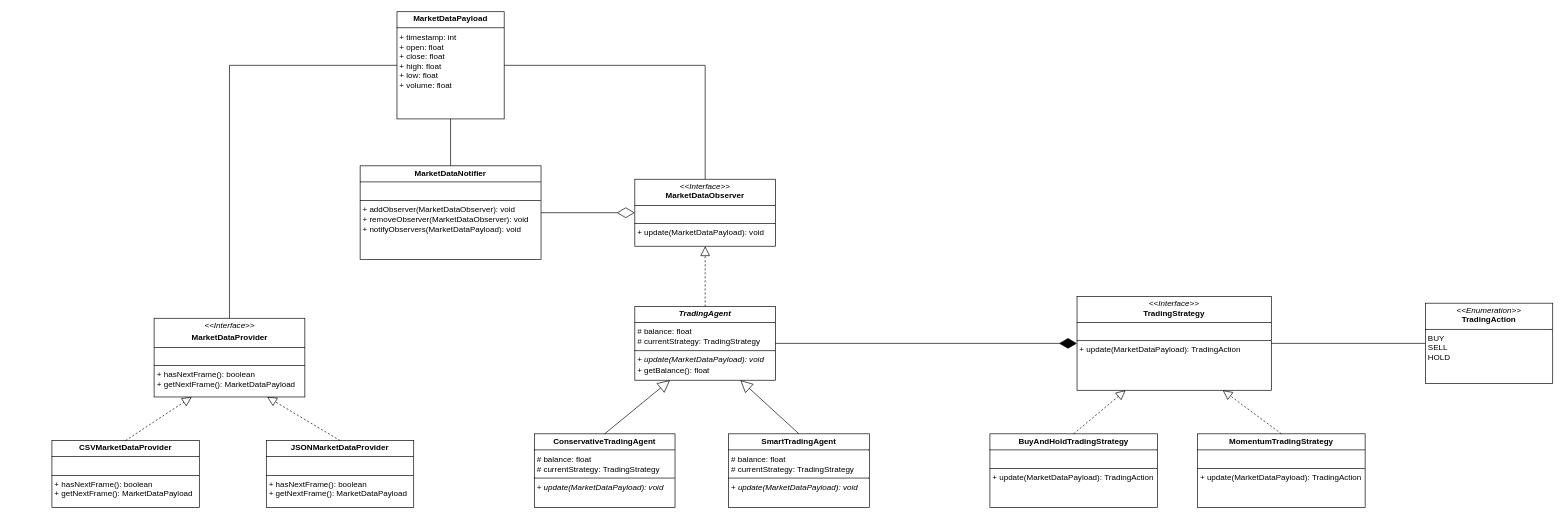
The draw.io diagram assets/uml.drawio in Filipeak/mini-hedge-fund, before the edit. Source tidied: cells renumbered, new cells numbered last; positions are measured from the earlier drawing's top-left corner, leaving out a move shared by most shapes. Both pictures are drawn from the tidied source at 67%, with x=0, y=0 at pixel (52, 11).
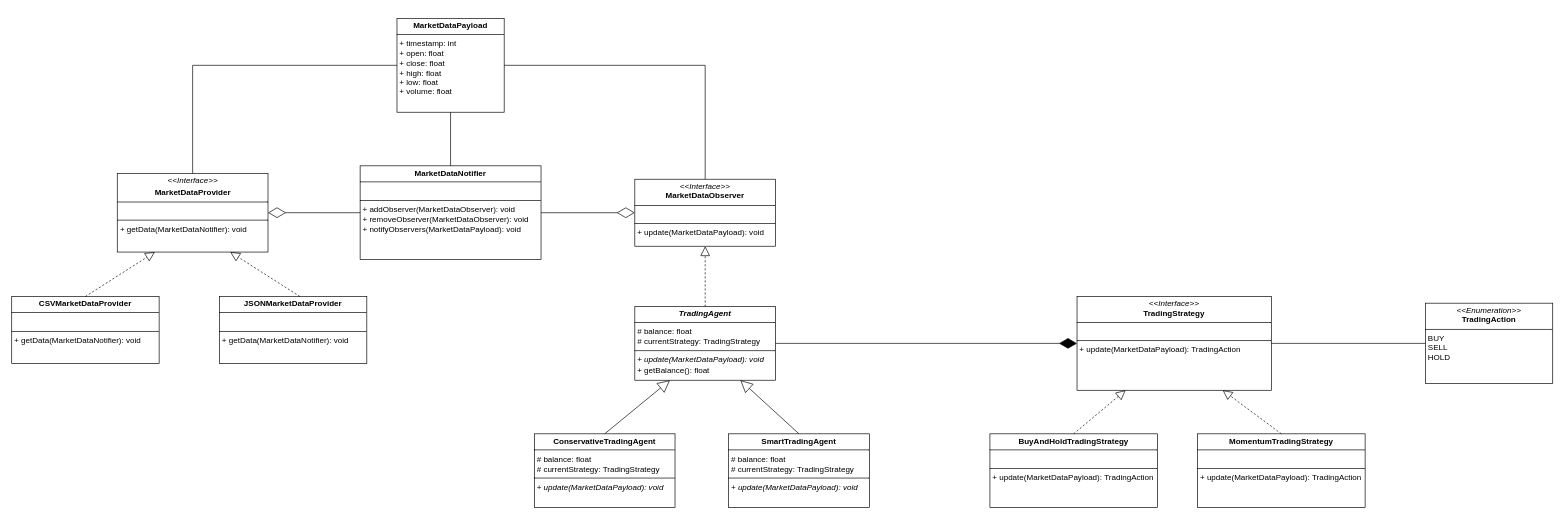
The same diagram, later.

The change refers to these unchanged cells:
```xml
<mxCell id="2" value="&lt;p style=&quot;margin:0px;margin-top:4px;text-align:center;&quot;&gt;&lt;b&gt;MarketDataNotifier&lt;/b&gt;&lt;/p&gt;&lt;hr size=&quot;1&quot; style=&quot;border-style:solid;&quot;&gt;&lt;p style=&quot;margin:0px;margin-left:4px;&quot;&gt;&lt;br&gt;&lt;/p&gt;&lt;hr size=&quot;1&quot; style=&quot;border-style:solid;&quot;&gt;&lt;p style=&quot;margin:0px;margin-left:4px;&quot;&gt;&lt;span style=&quot;background-color: transparent; color: light-dark(rgb(0, 0, 0), rgb(255, 255, 255));&quot;&gt;+ addObserver(MarketDataObserver): void&lt;/span&gt;&lt;/p&gt;&lt;p style=&quot;margin:0px;margin-left:4px;&quot;&gt;+ removeObserver(MarketDataObserver): void&lt;/p&gt;&lt;p style=&quot;margin:0px;margin-left:4px;&quot;&gt;+ notifyObservers(MarketDataPayload): void&lt;/p&gt;" style="verticalAlign=top;align=left;overflow=fill;html=1;whiteSpace=wrap;" parent="1" vertex="1">
  <mxGeometry x="460" y="230" width="270" height="140" as="geometry" />
</mxCell>
```

What changed in the source:
```diff
@@
-    <mxCell id="3" value="&lt;p style=&quot;margin:0px;margin-top:4px;text-align:center;&quot;&gt;&lt;b&gt;CSVMarketDataProvider&lt;/b&gt;&lt;/p&gt;&lt;hr size=&quot;1&quot; style=&quot;border-style:solid;&quot;&gt;&lt;p style=&quot;margin:0px;margin-left:4px;&quot;&gt;&lt;br&gt;&lt;/p&gt;&lt;hr size=&quot;1&quot; style=&quot;border-style:solid;&quot;&gt;&lt;p style=&quot;margin: 0px 0px 0px 4px;&quot;&gt;+ hasNextFrame(): boolean&lt;/p&gt;&lt;p style=&quot;margin: 0px 0px 0px 4px;&quot;&gt;+ getNextFrame(): MarketDataPayload&lt;/p&gt;" style="verticalAlign=top;align=left;overflow=fill;html=1;whiteSpace=wrap;" parent="1" vertex="1">
-      <mxGeometry y="640" width="220" height="100" as="geometry" />
+    <mxCell id="3" value="&lt;p style=&quot;margin:0px;margin-top:4px;text-align:center;&quot;&gt;&lt;b&gt;CSVMarketDataProvider&lt;/b&gt;&lt;/p&gt;&lt;hr size=&quot;1&quot; style=&quot;border-style:solid;&quot;&gt;&lt;p style=&quot;margin:0px;margin-left:4px;&quot;&gt;&lt;br&gt;&lt;/p&gt;&lt;hr size=&quot;1&quot; style=&quot;border-style:solid;&quot;&gt;&lt;p style=&quot;margin: 0px 0px 0px 4px;&quot;&gt;+ getData(MarketDataNotifier): void&lt;/p&gt;" style="verticalAlign=top;align=left;overflow=fill;html=1;whiteSpace=wrap;" parent="1" vertex="1">
+      <mxGeometry x="-60" y="425" width="220" height="100" as="geometry" />
     </mxCell>
@@
     <mxCell id="18" value="&lt;p style=&quot;margin:0px;margin-top:4px;text-align:center;&quot;&gt;&lt;b&gt;MarketDataPayload&lt;/b&gt;&lt;/p&gt;&lt;hr size=&quot;1&quot; style=&quot;border-style:solid;&quot;&gt;&lt;p style=&quot;margin:0px;margin-left:4px;&quot;&gt;&lt;span style=&quot;background-color: transparent; color: light-dark(rgb(0, 0, 0), rgb(255, 255, 255));&quot;&gt;+ timestamp: int&lt;/span&gt;&lt;/p&gt;&lt;p style=&quot;margin:0px;margin-left:4px;&quot;&gt;+ open: float&lt;/p&gt;&lt;p style=&quot;margin:0px;margin-left:4px;&quot;&gt;+ close: float&lt;/p&gt;&lt;p style=&quot;margin:0px;margin-left:4px;&quot;&gt;+ high: float&lt;/p&gt;&lt;p style=&quot;margin:0px;margin-left:4px;&quot;&gt;+ low: float&lt;/p&gt;&lt;p style=&quot;margin:0px;margin-left:4px;&quot;&gt;+ volume: float&lt;/p&gt;" style="verticalAlign=top;align=left;overflow=fill;html=1;whiteSpace=wrap;" parent="1" vertex="1">
-      <mxGeometry x="515" width="160" height="160" as="geometry" />
+      <mxGeometry x="515" y="10" width="160" height="140" as="geometry" />
     </mxCell>
@@
-    <mxCell id="22" value="&lt;p style=&quot;margin:0px;margin-top:4px;text-align:center;&quot;&gt;&lt;i&gt;&amp;lt;&amp;lt;Interface&amp;gt;&amp;gt;&lt;/i&gt;&lt;/p&gt;&lt;p style=&quot;margin:0px;margin-top:4px;text-align:center;&quot;&gt;&lt;b&gt;MarketDataProvider&lt;/b&gt;&lt;/p&gt;&lt;hr size=&quot;1&quot; style=&quot;border-style:solid;&quot;&gt;&lt;p style=&quot;margin:0px;margin-left:4px;&quot;&gt;&lt;br&gt;&lt;/p&gt;&lt;hr size=&quot;1&quot; style=&quot;border-style:solid;&quot;&gt;&lt;p style=&quot;margin:0px;margin-left:4px;&quot;&gt;+ hasNextFrame(): boolean&lt;/p&gt;&lt;p style=&quot;margin:0px;margin-left:4px;&quot;&gt;+ getNextFrame(): MarketDataPayload&lt;/p&gt;" style="verticalAlign=top;align=left;overflow=fill;html=1;whiteSpace=wrap;" parent="1" vertex="1">
-      <mxGeometry x="152.5" y="457.5" width="225" height="117.5" as="geometry" />
+    <mxCell id="22" value="&lt;p style=&quot;margin:0px;margin-top:4px;text-align:center;&quot;&gt;&lt;i&gt;&amp;lt;&amp;lt;Interface&amp;gt;&amp;gt;&lt;/i&gt;&lt;/p&gt;&lt;p style=&quot;margin:0px;margin-top:4px;text-align:center;&quot;&gt;&lt;b&gt;MarketDataProvider&lt;/b&gt;&lt;/p&gt;&lt;hr size=&quot;1&quot; style=&quot;border-style:solid;&quot;&gt;&lt;p style=&quot;margin:0px;margin-left:4px;&quot;&gt;&lt;br&gt;&lt;/p&gt;&lt;hr size=&quot;1&quot; style=&quot;border-style:solid;&quot;&gt;&lt;p style=&quot;margin:0px;margin-left:4px;&quot;&gt;+ getData(MarketDataNotifier): void&lt;/p&gt;" style="verticalAlign=top;align=left;overflow=fill;html=1;whiteSpace=wrap;" parent="1" vertex="1">
+      <mxGeometry x="97.5" y="241.2" width="225" height="117.5" as="geometry" />
     </mxCell>
@@
-    <mxCell id="24" value="&lt;p style=&quot;margin:0px;margin-top:4px;text-align:center;&quot;&gt;&lt;b&gt;JSONMarketDataProvider&lt;/b&gt;&lt;/p&gt;&lt;hr size=&quot;1&quot; style=&quot;border-style:solid;&quot;&gt;&lt;p style=&quot;margin:0px;margin-left:4px;&quot;&gt;&lt;br&gt;&lt;/p&gt;&lt;hr size=&quot;1&quot; style=&quot;border-style:solid;&quot;&gt;&lt;p style=&quot;margin: 0px 0px 0px 4px;&quot;&gt;+ hasNextFrame(): boolean&lt;/p&gt;&lt;p style=&quot;margin: 0px 0px 0px 4px;&quot;&gt;+ getNextFrame(): MarketDataPayload&lt;/p&gt;" style="verticalAlign=top;align=left;overflow=fill;html=1;whiteSpace=wrap;" parent="1" vertex="1">
-      <mxGeometry x="320" y="640" width="220" height="100" as="geometry" />
+    <mxCell id="24" value="&lt;p style=&quot;margin:0px;margin-top:4px;text-align:center;&quot;&gt;&lt;b&gt;JSONMarketDataProvider&lt;/b&gt;&lt;/p&gt;&lt;hr size=&quot;1&quot; style=&quot;border-style:solid;&quot;&gt;&lt;p style=&quot;margin:0px;margin-left:4px;&quot;&gt;&lt;br&gt;&lt;/p&gt;&lt;hr size=&quot;1&quot; style=&quot;border-style:solid;&quot;&gt;&lt;p style=&quot;margin: 0px 0px 0px 4px;&quot;&gt;+ getData(MarketDataNotifier): void&lt;/p&gt;" style="verticalAlign=top;align=left;overflow=fill;html=1;whiteSpace=wrap;" parent="1" vertex="1">
+      <mxGeometry x="250" y="425" width="220" height="100" as="geometry" />
     </mxCell>
-    <mxCell id="25" style="endArrow=block;dashed=1;endFill=0;endSize=12;html=1;rounded=0;entryX=0.75;entryY=1;entryDx=0;entryDy=0;exitX=0.5;exitY=0;exitDx=0;exitDy=0;" parent="1" edge="1" source="24" target="22">
-      <mxGeometry relative="1" as="geometry" />
+    <mxCell id="25" style="endArrow=block;dashed=1;endFill=0;endSize=12;html=1;rounded=0;entryX=0.75;entryY=1;entryDx=0;entryDy=0;exitX=0.5;exitY=0;exitDx=0;exitDy=0;" parent="1" edge="1" target="22">
+      <mxGeometry relative="1" as="geometry">
+        <mxPoint x="370" y="425" as="sourcePoint" />
+      </mxGeometry>
     </mxCell>
     <mxCell id="26" style="endArrow=none;html=1;rounded=0;exitX=0.5;exitY=0;exitDx=0;exitDy=0;entryX=0;entryY=0.5;entryDx=0;entryDy=0;" parent="1" edge="1" source="22" target="18">
       <mxGeometry relative="1" as="geometry">
         <Array as="points">
-          <mxPoint x="265" y="80" />
+          <mxPoint x="210" y="80" />
         </Array>
       </mxGeometry>
     </mxCell>
@@
+    <mxCell id="28" style="endArrow=diamondThin;endFill=0;endSize=24;html=1;rounded=0;entryX=1;entryY=0.5;entryDx=0;entryDy=0;exitX=0;exitY=0.5;exitDx=0;exitDy=0;" parent="1" edge="1" source="2" target="22">
+      <mxGeometry relative="1" as="geometry">
+        <Array as="points">
+          <mxPoint x="430" y="300" />
+        </Array>
+      </mxGeometry>
+    </mxCell>
```
